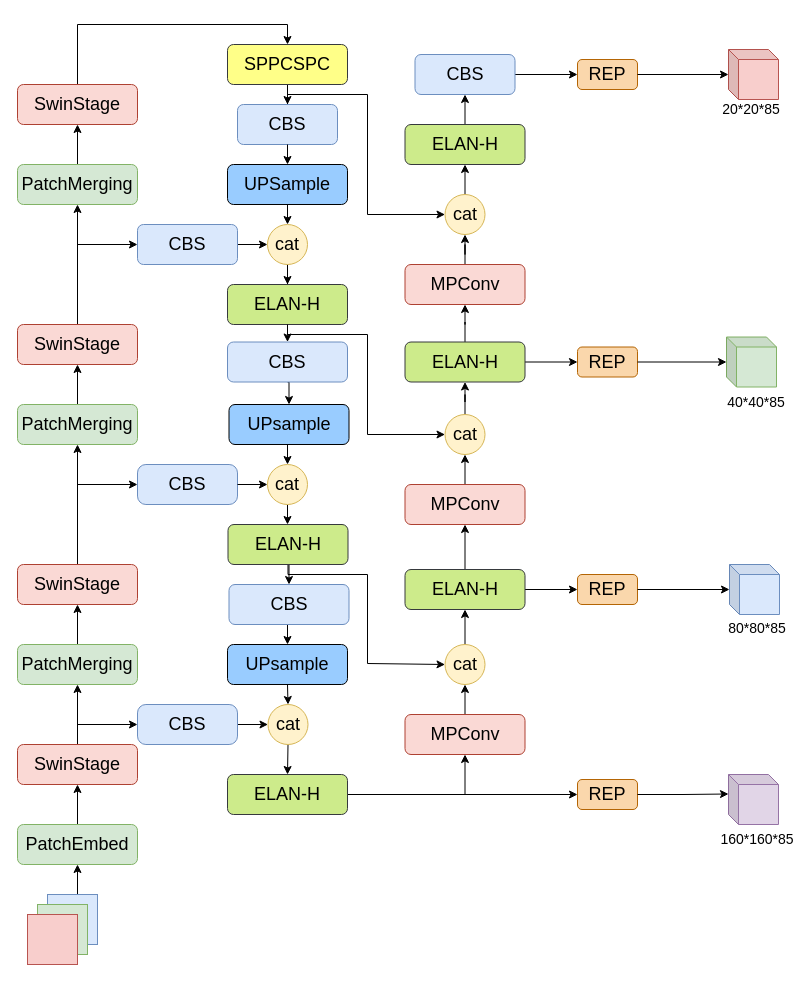
Above: yolov7_swin_fourhead.drawio in YANGJUNYAN0715/papers (draw.io), before the change. Source tidied: cells renumbered, new cells numbered last; positions are measured from the earlier drawing's top-left corner, leaving out a move shared by most shapes. Both pictures are drawn from the tidied source at 100%, with x=0, y=0 at pixel (17, 44).
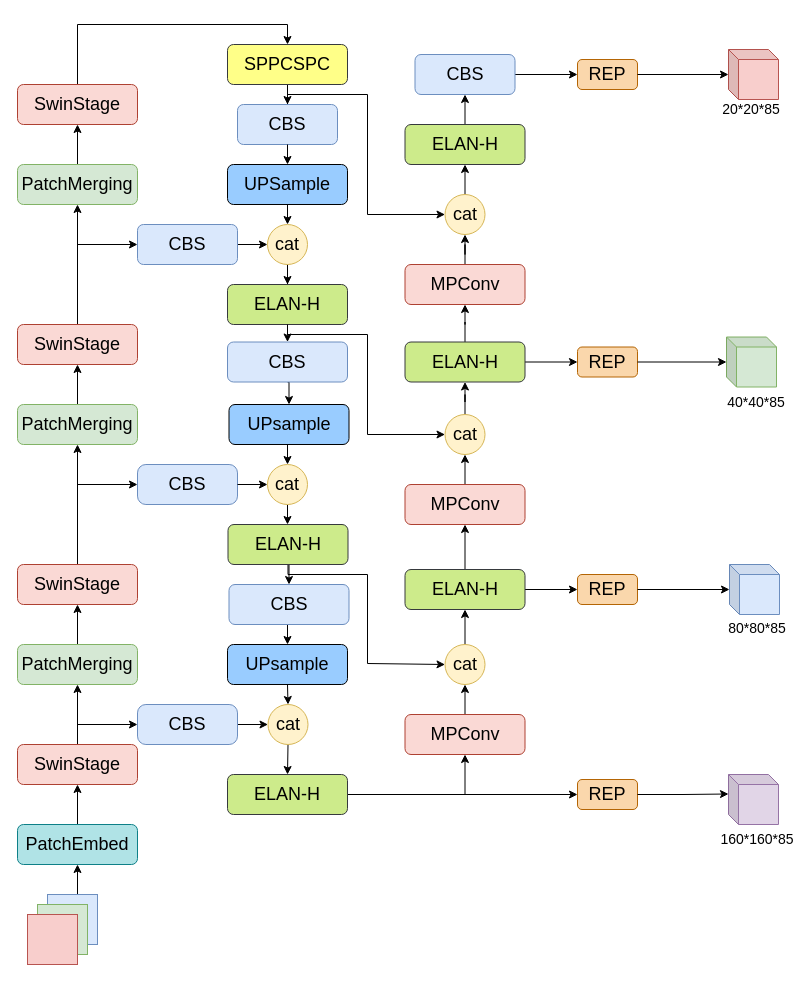
The same diagram, later.

Diff of the diagram source:
```diff
@@
-    <mxCell id="7" value="&lt;font style=&quot;font-size: 18px;&quot;&gt;PatchEmbed&lt;/font&gt;" style="rounded=1;whiteSpace=wrap;html=1;fillColor=#d5e8d4;strokeColor=#82b366;" parent="1" vertex="1">
+    <mxCell id="7" value="&lt;font style=&quot;font-size: 18px;&quot;&gt;PatchEmbed&lt;/font&gt;" style="rounded=1;whiteSpace=wrap;html=1;fillColor=#b0e3e6;strokeColor=#0e8088;" parent="1" vertex="1">
       <mxGeometry y="780" width="120" height="40" as="geometry" />
     </mxCell>
```
